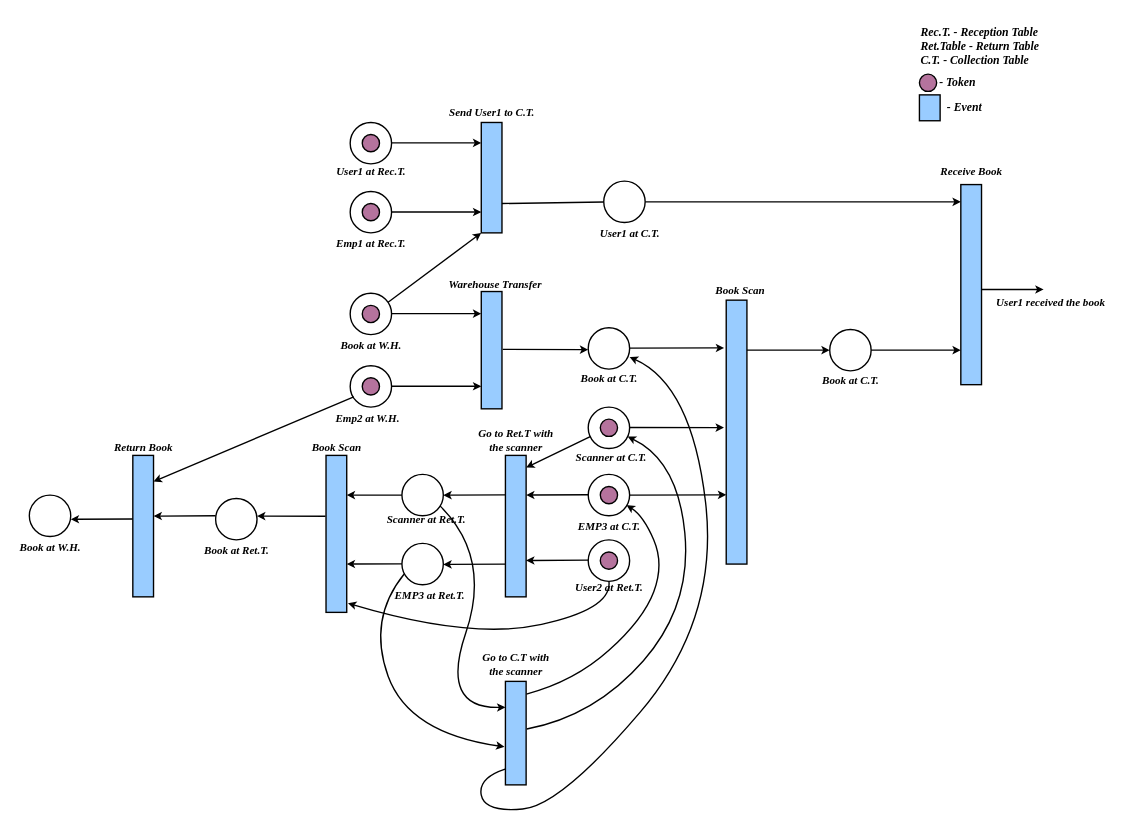
This is embedded.drawio from Sachini007/Neural-Network-Architecture-Diagrams, a draw.io file, before an edit. Source tidied: cells renumbered, new cells numbered last; positions are measured from the earlier drawing's top-left corner, leaving out a move shared by most shapes. Both pictures are drawn from the tidied source at 69%, with x=0, y=0 at pixel (12, 22).
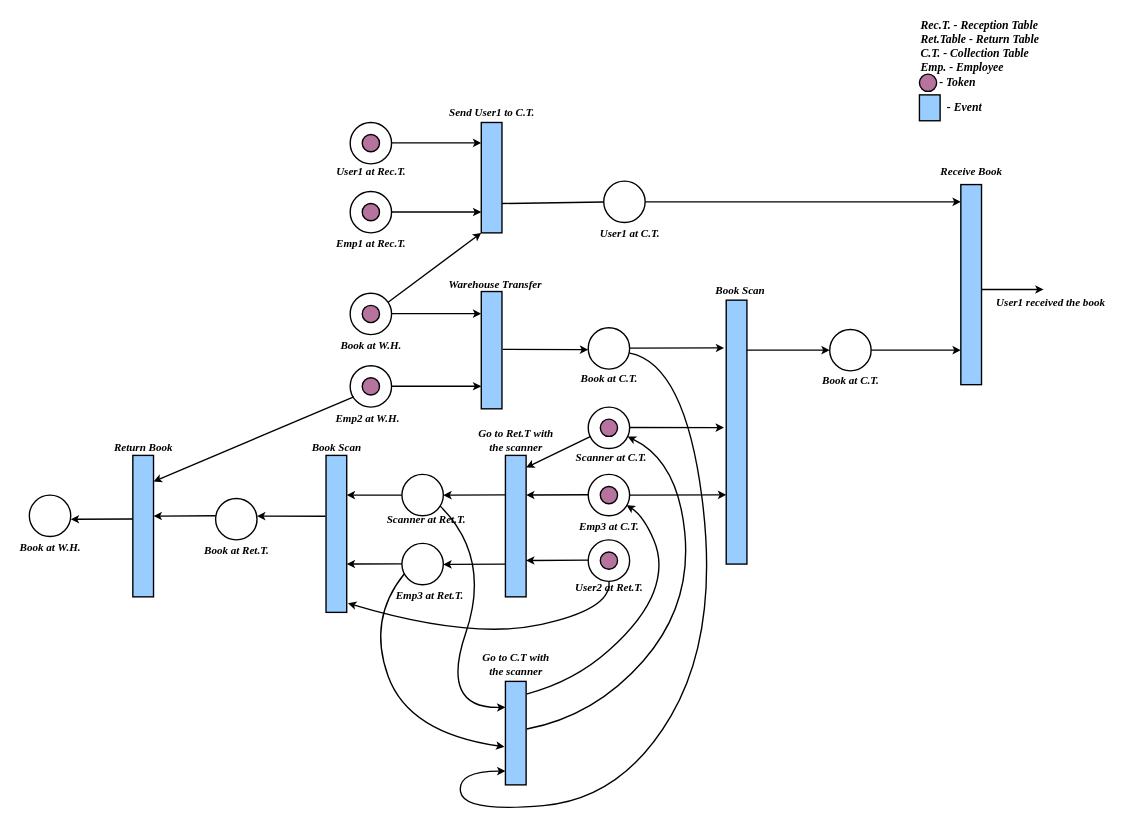
Above is the later version.

Unchanged cells that the change refers to:
```xml
<mxCell id="17" style="ellipse;whiteSpace=wrap;html=1;strokeWidth=2;" parent="1" vertex="1">
  <mxGeometry x="835" y="442.5" width="60" height="60" as="geometry" />
</mxCell>
<mxCell id="53" style="rounded=0;whiteSpace=wrap;html=1;fillColor=#99CCFF;fillStyle=solid;strokeWidth=2;" parent="1" vertex="1">
  <mxGeometry x="715" y="955" width="30" height="150" as="geometry" />
</mxCell>
```

The edit, as a diff of the source:
```diff
@@
-    <mxCell id="54" style="curved=1;endArrow=classic;html=1;rounded=0;entryX=1;entryY=0.708;entryDx=0;entryDy=0;exitX=-0.017;exitY=0.847;exitDx=0;exitDy=0;entryPerimeter=0;exitPerimeter=0;strokeWidth=2;" parent="1" edge="1" source="53" target="17">
-      <mxGeometry relative="1" as="geometry">
-        <Array as="points">
-          <mxPoint x="675" y="1095" />
-          <mxPoint x="685" y="1145" />
-          <mxPoint x="795" y="1135" />
-          <mxPoint x="1025" y="865" />
-          <mxPoint x="985" y="525" />
-        </Array>
-      </mxGeometry>
-    </mxCell>
@@
-    <mxCell id="71" value="EMP3 at C.T." style="text;html=1;align=center;verticalAlign=middle;strokeColor=none;fillColor=none;fontFamily=Times New Roman;fontSize=16;fontStyle=3;strokeWidth=2;" parent="1" vertex="1">
+    <mxCell id="71" value="Emp3 at C.T." style="text;html=1;align=center;verticalAlign=middle;strokeColor=none;fillColor=none;fontFamily=Times New Roman;fontSize=16;fontStyle=3;strokeWidth=2;" parent="1" vertex="1">
       <mxGeometry x="810" y="715" width="110" height="30" as="geometry" />
     </mxCell>
@@
-    <mxCell id="77" value="EMP3 at Ret.T." style="text;html=1;align=center;verticalAlign=middle;strokeColor=none;fillColor=none;fontFamily=Times New Roman;fontSize=16;fontStyle=3;strokeWidth=2;" parent="1" vertex="1">
-      <mxGeometry x="540" y="815" width="130" height="30" as="geometry" />
+    <mxCell id="77" value="Emp3 at Ret.T." style="text;html=1;align=center;verticalAlign=middle;strokeColor=none;fillColor=none;fontFamily=Times New Roman;fontSize=16;fontStyle=3;strokeWidth=2;" parent="1" vertex="1">
+      <mxGeometry x="545" y="815" width="120" height="30" as="geometry" />
     </mxCell>
@@
-    <mxCell id="85" value="&lt;font style=&quot;font-size: 17px;&quot;&gt;Rec.T. - Reception Table&lt;br style=&quot;font-size: 17px;&quot;&gt;Ret.Table - Return Table&lt;br style=&quot;font-size: 17px;&quot;&gt;C.T. - Collection Table&lt;/font&gt;" style="text;html=1;align=left;verticalAlign=middle;strokeColor=none;fillColor=none;fontFamily=Times New Roman;fontSize=17;fontStyle=3;" parent="1" vertex="1">
-      <mxGeometry x="1315" width="200" height="70" as="geometry" />
+    <mxCell id="85" value="&lt;font style=&quot;font-size: 17px;&quot;&gt;Rec.T. - Reception Table&lt;br style=&quot;font-size: 17px;&quot;&gt;Ret.Table - Return Table&lt;br style=&quot;font-size: 17px;&quot;&gt;C.T. - Collection Table&lt;br&gt;Emp. - Employee&lt;br&gt;&lt;/font&gt;" style="text;html=1;align=left;verticalAlign=middle;strokeColor=none;fillColor=none;fontFamily=Times New Roman;fontSize=17;fontStyle=3;" parent="1" vertex="1">
+      <mxGeometry x="1315" y="-15" width="200" height="100" as="geometry" />
     </mxCell>
@@
+    <mxCell id="90" style="curved=1;endArrow=classic;html=1;rounded=0;entryX=0;entryY=0.867;entryDx=0;entryDy=0;entryPerimeter=0;strokeWidth=2;exitX=1.006;exitY=0.614;exitDx=0;exitDy=0;exitPerimeter=0;" parent="1" edge="1" source="17" target="53">
+      <mxGeometry relative="1" as="geometry">
+        <Array as="points">
+          <mxPoint x="975" y="495" />
+          <mxPoint x="1025" y="885" />
+          <mxPoint x="885" y="1125" />
+          <mxPoint x="655" y="1145" />
+          <mxPoint x="645" y="1085" />
+        </Array>
+      </mxGeometry>
+    </mxCell>
```
